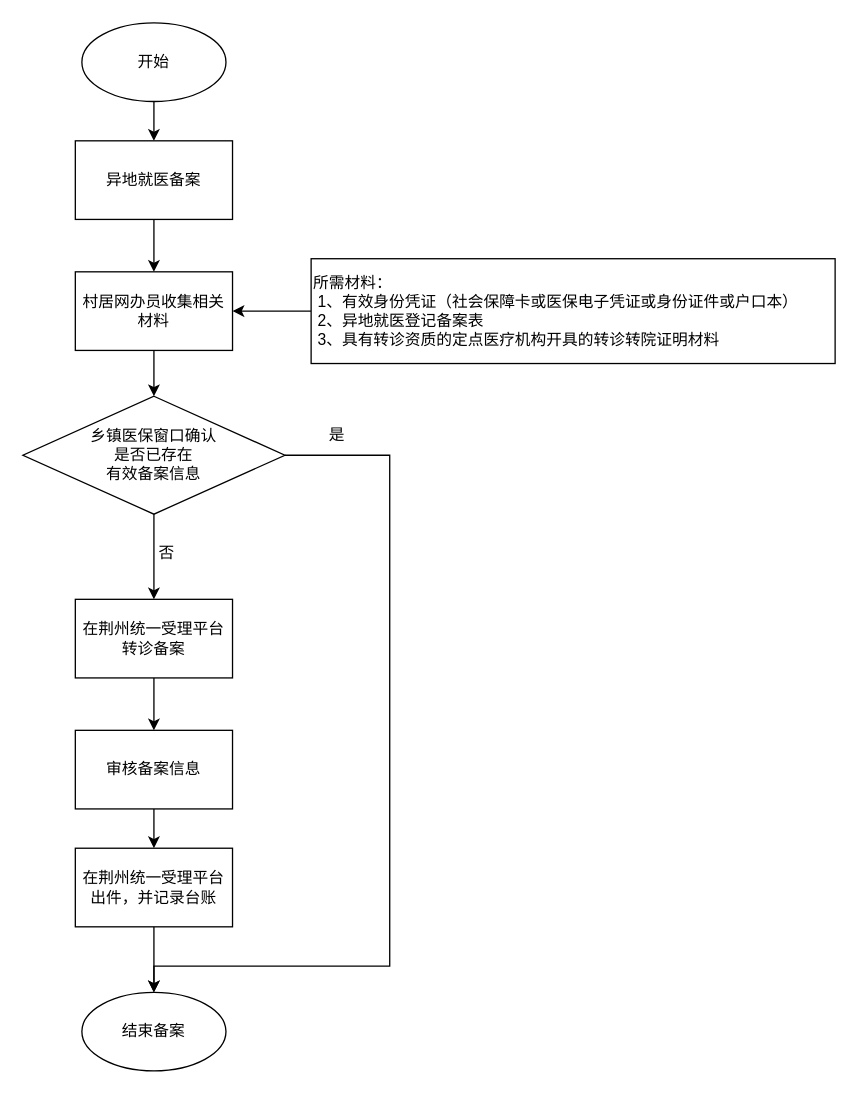
This is 医保异地就医备案流程.drawio from zouwei-0218/drawio, a draw.io file, before an edit. Source tidied: cells renumbered, new cells numbered last; positions are measured from the earlier drawing's top-left corner, leaving out a move shared by most shapes. Both pictures are drawn from the tidied source at 131%, with x=0, y=0 at pixel (22, 22).
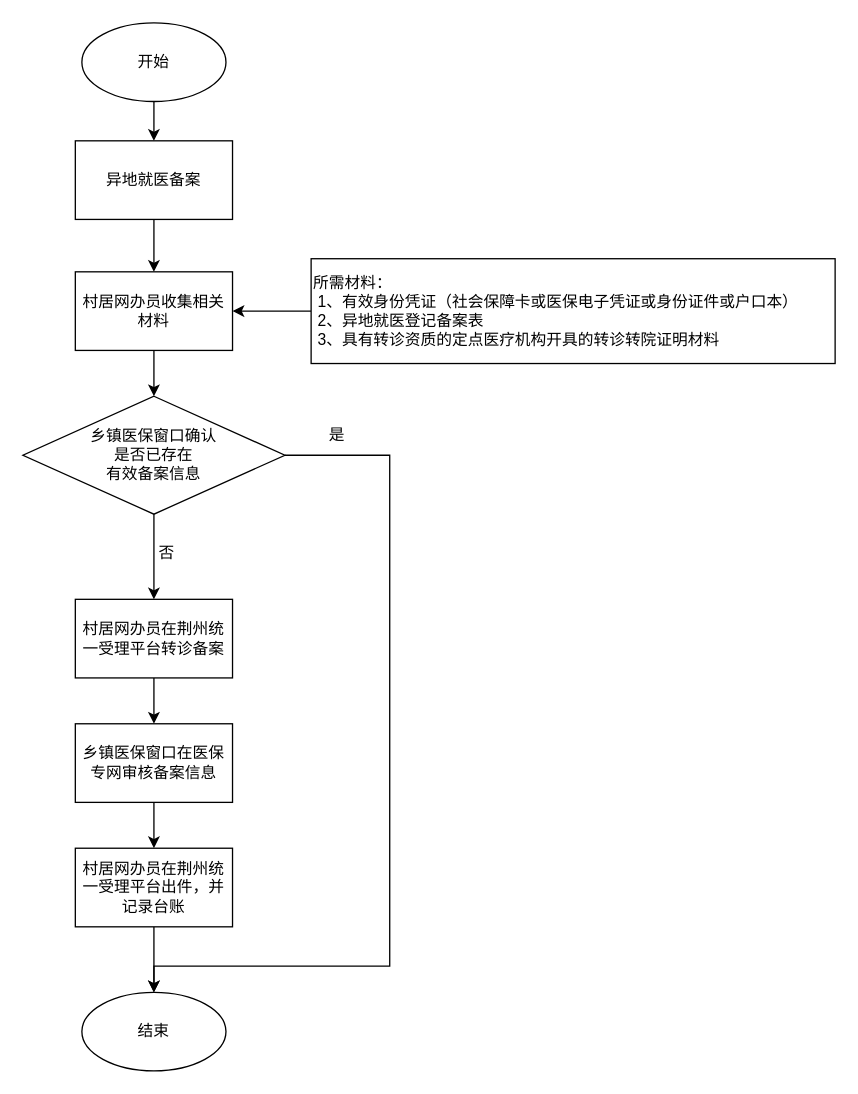
The same page after the edit.

Commit message:
更新医保异地就医备案流程.drawio

The edit, as a diff of the source:
```diff
@@
-    <mxCell id="4" value="结束备案" style="ellipse;whiteSpace=wrap;html=1;" parent="1" vertex="1">
+    <mxCell id="4" value="结束" style="ellipse;whiteSpace=wrap;html=1;" parent="1" vertex="1">
       <mxGeometry x="45" y="740" width="110" height="60" as="geometry" />
     </mxCell>
@@
-    <mxCell id="11" value="在荆州统一受理平台转诊备案" style="rounded=0;whiteSpace=wrap;html=1;" parent="1" vertex="1">
+    <mxCell id="11" value="村居网办员在荆州统一受理平台转诊备案" style="rounded=0;whiteSpace=wrap;html=1;" parent="1" vertex="1">
       <mxGeometry x="40" y="440" width="120" height="60" as="geometry" />
     </mxCell>
@@
-    <mxCell id="13" value="在荆州统一受理平台出件，并记录台账" style="rounded=0;whiteSpace=wrap;html=1;" parent="1" vertex="1">
+    <mxCell id="13" value="村居网办员在荆州统一受理平台出件，并记录台账" style="rounded=0;whiteSpace=wrap;html=1;" parent="1" vertex="1">
       <mxGeometry x="40" y="630" width="120" height="60" as="geometry" />
     </mxCell>
@@
-    <mxCell id="15" value="审核备案信息" style="rounded=0;whiteSpace=wrap;html=1;" parent="1" vertex="1">
-      <mxGeometry x="40" y="540" width="120" height="60" as="geometry" />
+    <mxCell id="15" value="乡镇医保窗口在医保专网审核备案信息" style="rounded=0;whiteSpace=wrap;html=1;" parent="1" vertex="1">
+      <mxGeometry x="40" y="535" width="120" height="60" as="geometry" />
     </mxCell>
```
